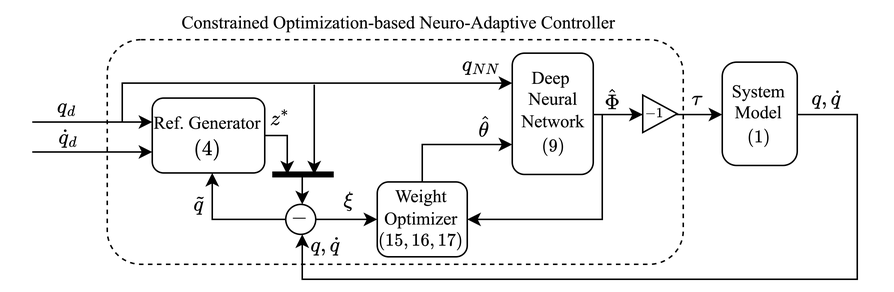
The draw.io diagram src/figures/Controller.drawio.png in KAIST-MIC-Lab/CONAC, before a commit. Source tidied: cells renumbered, new cells last; positions are measured from the earlier drawing's top-left corner, leaving out a move shared by most shapes.
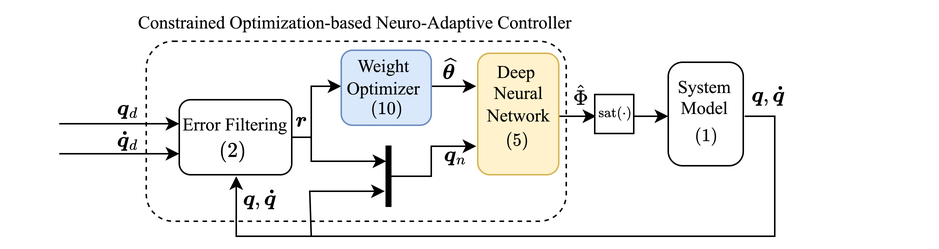
After the commit.

Diff of the diagram source:
```diff
@@ -3,196 +3,163 @@
     <mxCell id="0" />
     <mxCell id="1" value="Area" parent="0" />
     <mxCell id="2" style="rounded=1;whiteSpace=wrap;html=1;dashed=1;fillColor=none;" parent="1" vertex="1">
-      <mxGeometry x="71" y="26" width="384" height="150" as="geometry" />
+      <mxGeometry x="81" y="26" width="280" height="120" as="geometry" />
     </mxCell>
     <mxCell id="3" value="Lines" parent="0" />
     <mxCell id="4" style="endArrow=classic;html=1;rounded=0;" parent="3" edge="1">
       <mxGeometry relative="1" as="geometry">
-        <mxPoint x="21" y="81" as="sourcePoint" />
-        <mxPoint x="101" y="81" as="targetPoint" />
+        <mxPoint x="23" y="81" as="sourcePoint" />
+        <mxPoint x="103" y="81" as="targetPoint" />
       </mxGeometry>
     </mxCell>
     <mxCell id="5" style="endArrow=classic;html=1;rounded=0;" parent="3" edge="1">
       <mxGeometry relative="1" as="geometry">
-        <mxPoint x="21" y="101" as="sourcePoint" />
-        <mxPoint x="101" y="101" as="targetPoint" />
+        <mxPoint x="23" y="101" as="sourcePoint" />
+        <mxPoint x="103" y="101" as="targetPoint" />
       </mxGeometry>
     </mxCell>
-    <mxCell id="6" style="endArrow=classic;html=1;rounded=0;" parent="3" edge="1">
-      <mxGeometry relative="1" as="geometry">
-        <mxPoint x="81" y="81" as="sourcePoint" />
-        <mxPoint x="341" y="55" as="targetPoint" />
-        <Array as="points">
-          <mxPoint x="81" y="55" />
-        </Array>
-      </mxGeometry>
-    </mxCell>
     <mxCell id="7" style="endArrow=classic;html=1;rounded=0;" parent="3" edge="1">
       <mxGeometry relative="1" as="geometry">
-        <mxPoint x="171" y="90" as="sourcePoint" />
-        <mxPoint x="191" y="116" as="targetPoint" />
+        <mxPoint x="175" y="90" as="sourcePoint" />
+        <mxPoint x="241" y="106" as="targetPoint" />
         <Array as="points">
           <mxPoint x="191" y="90" />
+          <mxPoint x="191" y="106" />
         </Array>
       </mxGeometry>
     </mxCell>
-    <mxCell id="8" style="endArrow=classic;html=1;rounded=0;" parent="3" edge="1">
-      <mxGeometry relative="1" as="geometry">
-        <mxPoint x="201" y="146" as="sourcePoint" />
-        <mxPoint x="251" y="146" as="targetPoint" />
-      </mxGeometry>
-    </mxCell>
     <mxCell id="9" style="endArrow=classic;html=1;rounded=0;" parent="3" edge="1">
       <mxGeometry relative="1" as="geometry">
-        <mxPoint x="392" y="76" as="sourcePoint" />
-        <mxPoint x="428" y="76" as="targetPoint" />
+        <mxPoint x="356" y="76" as="sourcePoint" />
+        <mxPoint x="381" y="76" as="targetPoint" />
       </mxGeometry>
     </mxCell>
     <mxCell id="10" style="endArrow=classic;html=1;rounded=0;" parent="3" edge="1">
       <mxGeometry relative="1" as="geometry">
-        <mxPoint x="531" y="76" as="sourcePoint" />
-        <mxPoint x="201" y="156" as="targetPoint" />
+        <mxPoint x="480" y="76" as="sourcePoint" />
+        <mxPoint x="240" y="126" as="targetPoint" />
         <Array as="points">
-          <mxPoint x="571" y="76" />
-          <mxPoint x="571" y="186" />
-          <mxPoint x="201" y="186" />
+          <mxPoint x="500" y="76" />
+          <mxPoint x="500" y="156" />
+          <mxPoint x="191" y="156" />
+          <mxPoint x="190" y="126" />
         </Array>
       </mxGeometry>
     </mxCell>
     <mxCell id="11" style="endArrow=classic;html=1;rounded=0;" parent="3" edge="1">
       <mxGeometry relative="1" as="geometry">
-        <mxPoint x="209" y="56" as="sourcePoint" />
-        <mxPoint x="209" y="116" as="targetPoint" />
+        <mxPoint x="241" y="116" as="sourcePoint" />
+        <mxPoint x="301" y="96" as="targetPoint" />
+        <Array as="points">
+          <mxPoint x="271" y="116" />
+          <mxPoint x="271" y="96" />
+        </Array>
       </mxGeometry>
     </mxCell>
-    <mxCell id="12" style="endArrow=classic;html=1;rounded=0;" parent="3" edge="1">
-      <mxGeometry relative="1" as="geometry">
-        <mxPoint x="191" y="146" as="sourcePoint" />
-        <mxPoint x="141" y="115" as="targetPoint" />
-        <Array as="points">
-          <mxPoint x="141" y="146" />
-        </Array>
-      </mxGeometry>
-    </mxCell>
     <mxCell id="13" style="endArrow=classic;html=1;rounded=0;" parent="3" edge="1">
       <mxGeometry relative="1" as="geometry">
-        <mxPoint x="201" y="116" as="sourcePoint" />
-        <mxPoint x="201" y="136" as="targetPoint" />
+        <mxPoint x="191" y="156" as="sourcePoint" />
+        <mxPoint x="141" y="116" as="targetPoint" />
+        <Array as="points">
+          <mxPoint x="141" y="156" />
+        </Array>
       </mxGeometry>
     </mxCell>
     <mxCell id="14" style="endArrow=classic;html=1;rounded=0;" parent="3" edge="1">
       <mxGeometry relative="1" as="geometry">
-        <mxPoint x="281" y="126" as="sourcePoint" />
-        <mxPoint x="341" y="96" as="targetPoint" />
+        <mxPoint x="191" y="96" as="sourcePoint" />
+        <mxPoint x="211" y="56" as="targetPoint" />
         <Array as="points">
-          <mxPoint x="281" y="96" />
+          <mxPoint x="191" y="56" />
         </Array>
       </mxGeometry>
     </mxCell>
-    <mxCell id="15" style="endArrow=classic;html=1;rounded=0;" parent="3" edge="1">
-      <mxGeometry relative="1" as="geometry">
-        <mxPoint x="401" y="76" as="sourcePoint" />
-        <mxPoint x="311" y="146" as="targetPoint" />
-        <Array as="points">
-          <mxPoint x="401" y="146" />
-        </Array>
-      </mxGeometry>
-    </mxCell>
     <mxCell id="16" style="endArrow=classic;html=1;rounded=0;" parent="3" edge="1">
       <mxGeometry relative="1" as="geometry">
-        <mxPoint x="423" y="76" as="sourcePoint" />
-        <mxPoint x="481" y="76" as="targetPoint" />
+        <mxPoint x="371" y="76" as="sourcePoint" />
+        <mxPoint x="429" y="76" as="targetPoint" />
       </mxGeometry>
     </mxCell>
+    <mxCell id="49" style="endArrow=classic;html=1;rounded=0;" parent="3" edge="1">
+      <mxGeometry relative="1" as="geometry">
+        <mxPoint x="271" y="56" as="sourcePoint" />
+        <mxPoint x="301" y="56" as="targetPoint" />
+      </mxGeometry>
+    </mxCell>
     <mxCell id="17" value="Blocks" parent="0" />
     <mxCell id="18" style="rounded=1;whiteSpace=wrap;html=1;arcSize=19;" parent="17" vertex="1">
-      <mxGeometry x="481" y="41" width="50" height="69" as="geometry" />
+      <mxGeometry x="429" y="40" width="50" height="69" as="geometry" />
     </mxCell>
-    <mxCell id="19" style="rounded=0;whiteSpace=wrap;html=1;fillColor=#000000;rotation=90;" parent="17" vertex="1">
-      <mxGeometry x="200" y="96" width="3" height="40" as="geometry" />
+    <mxCell id="19" style="rounded=0;whiteSpace=wrap;html=1;fillColor=#000000;rotation=-180;" parent="17" vertex="1">
+      <mxGeometry x="241" y="96" width="3" height="40" as="geometry" />
     </mxCell>
     <mxCell id="20" style="rounded=1;whiteSpace=wrap;html=1;" parent="17" vertex="1">
-      <mxGeometry x="101" y="65" width="75" height="50" as="geometry" />
+      <mxGeometry x="103" y="65" width="75" height="50" as="geometry" />
     </mxCell>
-    <mxCell id="21" style="ellipse;whiteSpace=wrap;html=1;" parent="17" vertex="1">
-      <mxGeometry x="190" y="136" width="20" height="20" as="geometry" />
-    </mxCell>
-    <mxCell id="22" style="rounded=1;whiteSpace=wrap;html=1;" parent="17" vertex="1">
-      <mxGeometry x="251" y="121" width="60" height="50" as="geometry" />
+    <mxCell id="22" style="rounded=1;whiteSpace=wrap;html=1;fillColor=#dae8fc;strokeColor=#6c8ebf;" parent="17" vertex="1">
+      <mxGeometry x="211" y="32" width="60" height="50" as="geometry" />
     </mxCell>
-    <mxCell id="23" style="rounded=1;whiteSpace=wrap;html=1;" parent="17" vertex="1">
-      <mxGeometry x="341" y="35" width="54" height="81" as="geometry" />
+    <mxCell id="23" style="rounded=1;whiteSpace=wrap;html=1;fillColor=#fff2cc;strokeColor=#d6b656;" parent="17" vertex="1">
+      <mxGeometry x="302" y="34" width="54" height="81" as="geometry" />
     </mxCell>
-    <mxCell id="24" style="triangle;whiteSpace=wrap;html=1;" parent="17" vertex="1">
-      <mxGeometry x="428" y="63" width="23" height="25" as="geometry" />
-    </mxCell>
+    <mxCell id="50" style="whiteSpace=wrap;html=1;" parent="17" vertex="1">
+      <mxGeometry x="380" y="61.5" width="26" height="26" as="geometry" />
+    </mxCell>
     <mxCell id="25" value="Math" parent="0" />
-    <mxCell id="26" value="$$q_d$$" style="text;html=1;align=center;verticalAlign=middle;strokeColor=none;fillColor=none;" parent="25" vertex="1">
-      <mxGeometry x="9" y="56" width="70" height="30" as="geometry" />
+    <mxCell id="26" value="$$\boldsymbol{q}_d$$" style="text;html=1;align=center;verticalAlign=middle;strokeColor=none;fillColor=none;" parent="25" vertex="1">
+      <mxGeometry x="-1" y="56" width="140" height="30" as="geometry" />
     </mxCell>
-    <mxCell id="27" value="$$\dot q_d$$" style="text;html=1;align=center;verticalAlign=middle;strokeColor=none;fillColor=none;" parent="25" vertex="1">
-      <mxGeometry y="77" width="90" height="30" as="geometry" />
+    <mxCell id="27" value="$$\boldsymbol&amp;nbsp;{\dot q}_d$$" style="text;html=1;align=center;verticalAlign=middle;strokeColor=none;fillColor=none;" parent="25" vertex="1">
+      <mxGeometry x="-16" y="77" width="170" height="30" as="geometry" />
     </mxCell>
-    <mxCell id="28" value="$$\hat\theta$$" style="text;html=1;align=center;verticalAlign=middle;strokeColor=none;fillColor=none;" parent="25" vertex="1">
-      <mxGeometry x="272" y="70" width="100" height="30" as="geometry" />
+    <mxCell id="28" value="$$\widehat{\boldsymbol{\theta}}$$" style="text;html=1;align=center;verticalAlign=middle;strokeColor=none;fillColor=none;" parent="25" vertex="1">
+      <mxGeometry x="182" y="30" width="200" height="30" as="geometry" />
     </mxCell>
-    <mxCell id="29" value="$$\tilde q$$" style="text;html=1;align=center;verticalAlign=middle;strokeColor=none;fillColor=none;" parent="25" vertex="1">
-      <mxGeometry x="87" y="121" width="90" height="30" as="geometry" />
-    </mxCell>
-    <mxCell id="30" value="$$z^*$$" style="text;html=1;align=center;verticalAlign=middle;strokeColor=none;fillColor=none;" parent="25" vertex="1">
-      <mxGeometry x="151" y="64" width="70" height="30" as="geometry" />
+    <mxCell id="30" value="$$\boldsymbol r$$" style="text;html=1;align=center;verticalAlign=middle;strokeColor=none;fillColor=none;" parent="25" vertex="1">
+      <mxGeometry x="124" y="64" width="120" height="30" as="geometry" />
     </mxCell>
-    <mxCell id="31" value="$$q,\dot q$$" style="text;html=1;align=center;verticalAlign=middle;strokeColor=none;fillColor=none;" parent="25" vertex="1">
-      <mxGeometry x="505" y="51" width="90" height="30" as="geometry" />
-    </mxCell>
-    <mxCell id="32" value="$$\tau$$" style="text;html=1;align=center;verticalAlign=middle;strokeColor=none;fillColor=none;" parent="25" vertex="1">
-      <mxGeometry x="429" y="51" width="70" height="30" as="geometry" />
-    </mxCell>
-    <mxCell id="33" value="$$-1$$" style="text;html=1;align=center;verticalAlign=middle;strokeColor=none;fillColor=none;fontSize=8;" parent="25" vertex="1">
-      <mxGeometry x="411" y="66" width="50" height="20" as="geometry" />
+    <mxCell id="33" value="$$\rm sat(\cdot)$$" style="text;html=1;align=center;verticalAlign=middle;strokeColor=none;fillColor=none;fontSize=8;" parent="25" vertex="1">
+      <mxGeometry x="349" y="64" width="90" height="20" as="geometry" />
     </mxCell>
-    <mxCell id="34" value="$$q_{NN}$$" style="text;html=1;align=center;verticalAlign=middle;strokeColor=none;fillColor=none;" parent="25" vertex="1">
-      <mxGeometry x="275" y="28" width="90" height="30" as="geometry" />
+    <mxCell id="34" value="$$\boldsymbol{q}_{n}$$" style="text;html=1;align=center;verticalAlign=middle;strokeColor=none;fillColor=none;" parent="25" vertex="1">
+      <mxGeometry x="212" y="87" width="150" height="30" as="geometry" />
     </mxCell>
-    <mxCell id="35" value="$$q,\dot q$$" style="text;html=1;align=center;verticalAlign=middle;strokeColor=none;fillColor=none;" parent="25" vertex="1">
-      <mxGeometry x="171" y="149" width="90" height="30" as="geometry" />
+    <mxCell id="35" value="$$\boldsymbol{q},\boldsymbol{\dot q}$$" style="text;html=1;align=center;verticalAlign=middle;strokeColor=none;fillColor=none;" parent="25" vertex="1">
+      <mxGeometry x="41" y="116" width="230" height="30" as="geometry" />
     </mxCell>
     <mxCell id="36" value="$$\hat\Phi$$" style="text;html=1;align=center;verticalAlign=middle;strokeColor=none;fillColor=none;fontSize=12;" parent="25" vertex="1">
-      <mxGeometry x="363" y="52" width="90" height="30" as="geometry" />
+      <mxGeometry x="326" y="48" width="90" height="30" as="geometry" />
     </mxCell>
-    <mxCell id="37" value="$$\xi$$" style="text;html=1;align=center;verticalAlign=middle;strokeColor=none;fillColor=none;" parent="25" vertex="1">
-      <mxGeometry x="202" y="119" width="60" height="30" as="geometry" />
-    </mxCell>
+    <mxCell id="51" value="$$\boldsymbol{q},\boldsymbol{\dot q}$$" style="text;html=1;align=center;verticalAlign=middle;strokeColor=none;fillColor=none;" parent="25" vertex="1">
+      <mxGeometry x="380" y="47" width="230" height="30" as="geometry" />
+    </mxCell>
     <mxCell id="38" value="Names" parent="0" />
     <mxCell id="39" value="Weight&lt;div&gt;Optimizer&lt;/div&gt;" style="text;html=1;align=center;verticalAlign=middle;strokeColor=none;fillColor=none;fontFamily=Times New Roman;" parent="38" vertex="1">
-      <mxGeometry x="245" y="118" width="70" height="40" as="geometry" />
+      <mxGeometry x="204" y="30" width="70" height="40" as="geometry" />
     </mxCell>
     <mxCell id="40" value="Deep&amp;nbsp;&lt;div&gt;Neural&lt;div&gt;Network&lt;/div&gt;&lt;/div&gt;" style="text;html=1;align=center;verticalAlign=middle;strokeColor=none;fillColor=none;fontFamily=Times New Roman;" parent="38" vertex="1">
-      <mxGeometry x="333" y="36" width="70" height="60" as="geometry" />
+      <mxGeometry x="294" y="31" width="70" height="60" as="geometry" />
     </mxCell>
     <mxCell id="41" value="&lt;div&gt;System&lt;/div&gt;&lt;div&gt;Model&lt;/div&gt;&lt;div&gt;&lt;br&gt;&lt;/div&gt;" style="text;html=1;align=center;verticalAlign=middle;strokeColor=none;fillColor=none;fontFamily=Times New Roman;" parent="38" vertex="1">
-      <mxGeometry x="475" y="45" width="60" height="60" as="geometry" />
+      <mxGeometry x="423" y="41" width="60" height="60" as="geometry" />
     </mxCell>
     <mxCell id="42" value="$$(1)$$" style="text;html=1;align=center;verticalAlign=middle;strokeColor=none;fillColor=none;fontFamily=Times New Roman;" parent="38" vertex="1">
-      <mxGeometry x="475" y="76" width="60" height="30" as="geometry" />
+      <mxGeometry x="424" y="74" width="60" height="30" as="geometry" />
     </mxCell>
-    <mxCell id="43" value="$$(9)$$" style="text;html=1;align=center;verticalAlign=middle;strokeColor=none;fillColor=none;fontFamily=Times New Roman;" parent="38" vertex="1">
-      <mxGeometry x="338" y="82" width="60" height="30" as="geometry" />
+    <mxCell id="43" value="$$(5)$$" style="text;html=1;align=center;verticalAlign=middle;strokeColor=none;fillColor=none;fontFamily=Times New Roman;" parent="38" vertex="1">
+      <mxGeometry x="298" y="77" width="60" height="30" as="geometry" />
     </mxCell>
-    <mxCell id="44" value="$$(15,16,17)$$" style="text;html=1;align=center;verticalAlign=middle;strokeColor=none;fillColor=none;fontFamily=Times New Roman;" parent="38" vertex="1">
-      <mxGeometry x="230" y="145" width="100" height="30" as="geometry" />
+    <mxCell id="44" value="$$(10)$$" style="text;html=1;align=center;verticalAlign=middle;strokeColor=none;fillColor=none;fontFamily=Times New Roman;" parent="38" vertex="1">
+      <mxGeometry x="206" y="56" width="70" height="30" as="geometry" />
     </mxCell>
-    <mxCell id="45" value="$$(4)$$" style="text;html=1;align=center;verticalAlign=middle;strokeColor=none;fillColor=none;" parent="38" vertex="1">
-      <mxGeometry x="108" y="84" width="60" height="30" as="geometry" />
+    <mxCell id="45" value="$$(2)$$" style="text;html=1;align=center;verticalAlign=middle;strokeColor=none;fillColor=none;" parent="38" vertex="1">
+      <mxGeometry x="109" y="84" width="60" height="30" as="geometry" />
     </mxCell>
-    <mxCell id="46" value="$$-$$" style="text;html=1;align=center;verticalAlign=middle;strokeColor=none;fillColor=none;" parent="38" vertex="1">
-      <mxGeometry x="174" y="130" width="50" height="30" as="geometry" />
-    </mxCell>
-    <mxCell id="47" value="&amp;nbsp;&lt;span style=&quot;background-color: initial;&quot;&gt;Ref. Generator&lt;/span&gt;" style="text;html=1;align=center;verticalAlign=middle;strokeColor=none;fillColor=none;fontFamily=Times New Roman;" parent="38" vertex="1">
-      <mxGeometry x="86" y="67" width="100" height="30" as="geometry" />
+    <mxCell id="47" value="Error Filtering" style="text;html=1;align=center;verticalAlign=middle;strokeColor=none;fillColor=none;fontFamily=Times New Roman;" parent="38" vertex="1">
+      <mxGeometry x="95" y="67" width="90" height="30" as="geometry" />
     </mxCell>
     <mxCell id="48" value="Constrained Optimization-based Neuro-Adaptive Controller" style="text;html=1;align=center;verticalAlign=middle;strokeColor=none;fillColor=none;fontFamily=Times New Roman;" parent="38" vertex="1">
-      <mxGeometry x="110" width="310" height="30" as="geometry" />
+      <mxGeometry x="65" y="-1" width="310" height="30" as="geometry" />
     </mxCell>
   </root>
 </mxGraphModel>
```
